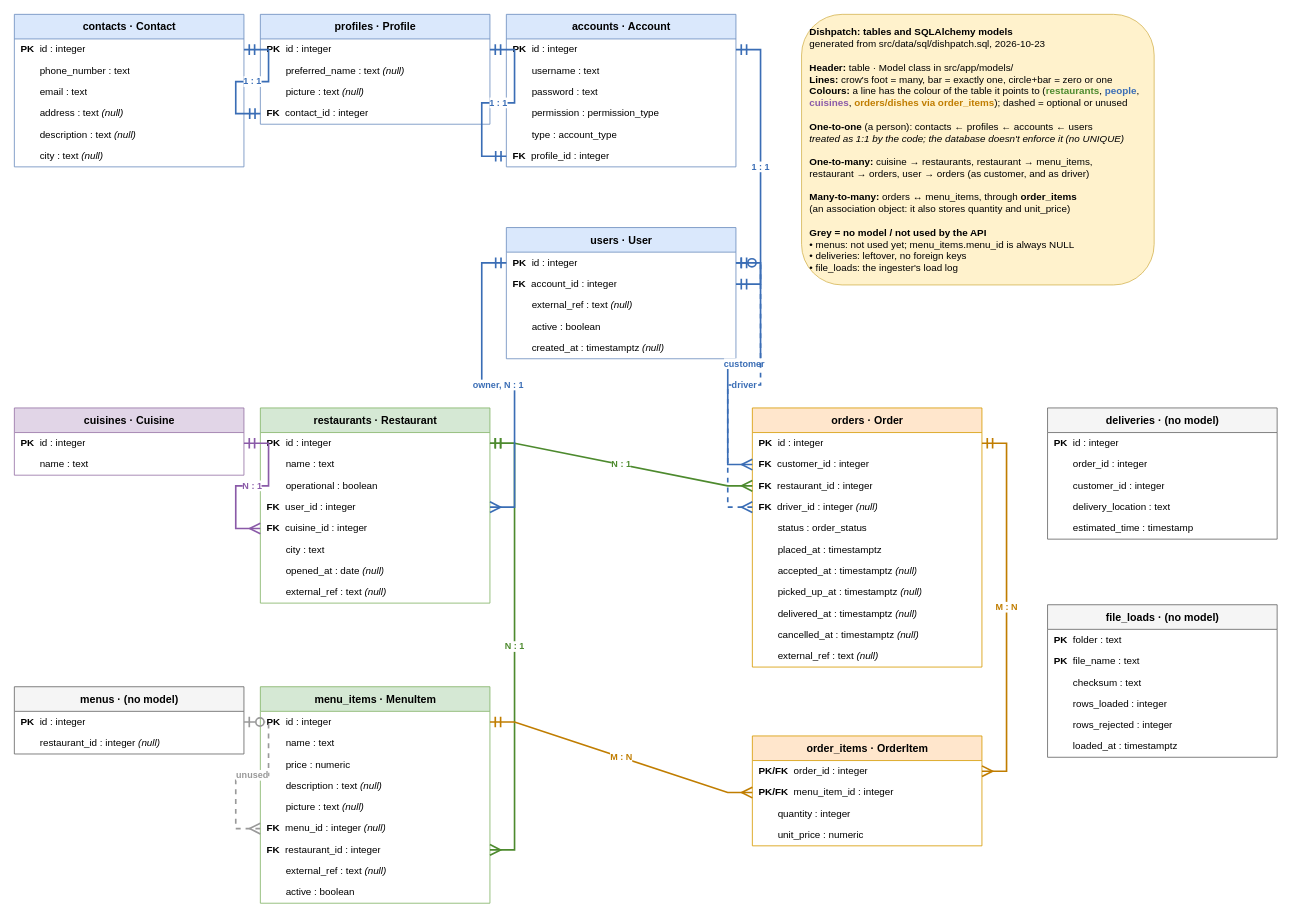
Before: docs/dishpatch_erd.drawio in sheela-codes/dishpatch_service, a draw.io diagram. Source tidied: cells renumbered, new cells numbered last; positions are measured from the earlier drawing's top-left corner, leaving out a move shared by most shapes. Both pictures are drawn from the tidied source at 82%, with x=0, y=0 at pixel (14, 14).
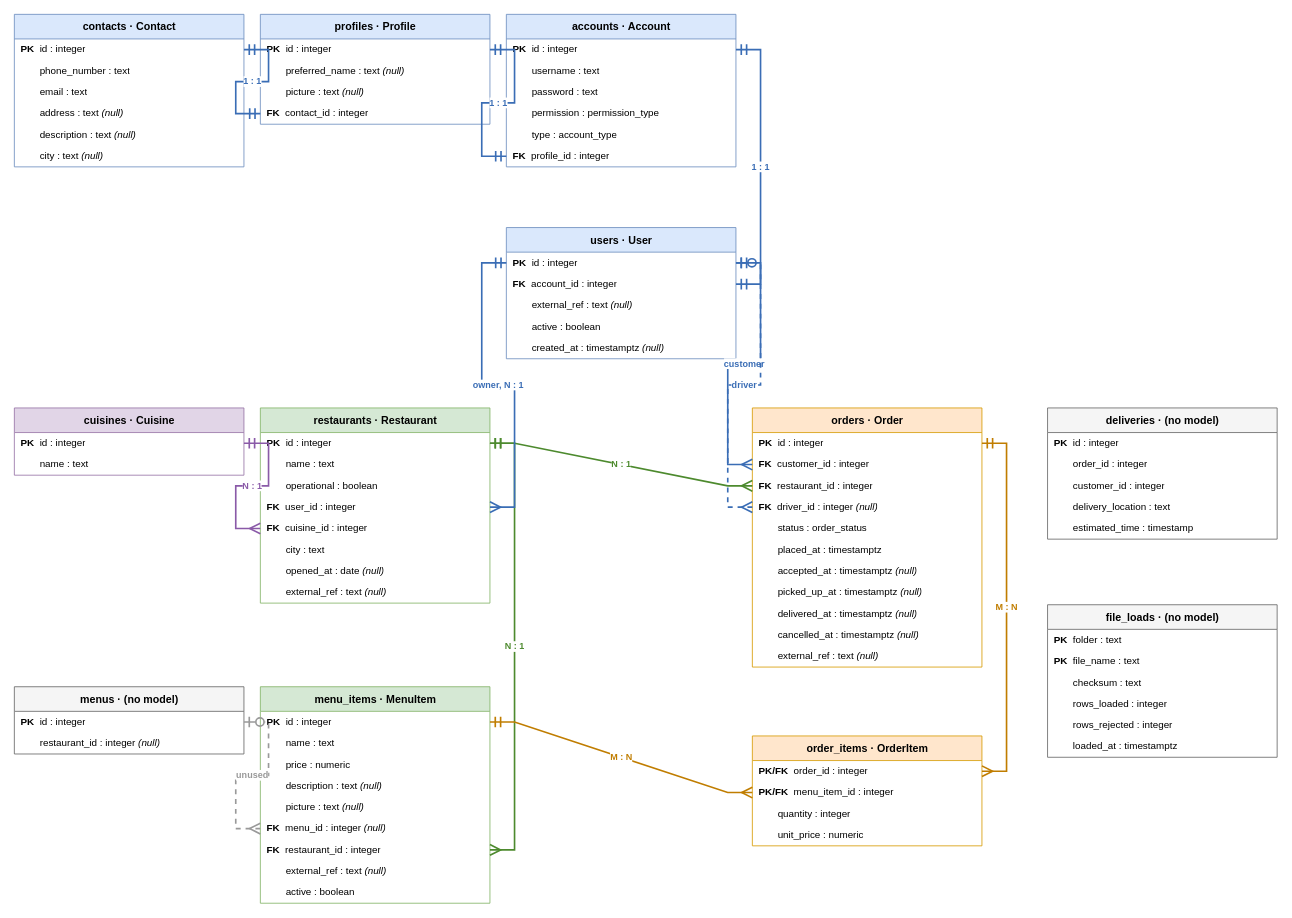
Above is the later version.

Commit message (it also covers changes not shown here):
Add indexes on orders.customer_id and orders.restaurant_id

Change to the diagram source:
```diff
@@
-<mxGraphModel>
+<mxGraphModel background="light-dark(#ffffff, #121212)">
@@
-    <mxCell id="94" value="&lt;b&gt;Dishpatch: tables and SQLAlchemy models&lt;/b&gt;&lt;br&gt;generated from src/data/sql/dishpatch.sql, 2026-10-23&lt;br&gt;&lt;br&gt;&lt;b&gt;Header:&lt;/b&gt; table · Model class in src/app/models/&lt;br&gt;&lt;b&gt;Lines:&lt;/b&gt; crow's foot = many, bar = exactly one, circle+bar = zero or one&lt;br&gt;&lt;b&gt;Colours:&lt;/b&gt; a line has the colour of the table it points to (&lt;font color='#4d8a2e'&gt;&lt;b&gt;restaurants&lt;/b&gt;&lt;/font&gt;, &lt;font color='#3a6db5'&gt;&lt;b&gt;people&lt;/b&gt;&lt;/font&gt;, &lt;font color='#8a5aa8'&gt;&lt;b&gt;cuisines&lt;/b&gt;&lt;/font&gt;, &lt;font color='#c07d00'&gt;&lt;b&gt;orders/dishes via order_items&lt;/b&gt;&lt;/font&gt;); dashed = optional or unused&lt;br&gt;&lt;br&gt;&lt;b&gt;One-to-one&lt;/b&gt; (a person): contacts ← profiles ← accounts ← users&lt;br&gt;&lt;i&gt;treated as 1:1 by the code; the database doesn't enforce it (no UNIQUE)&lt;/i&gt;&lt;br&gt;&lt;br&gt;&lt;b&gt;One-to-many:&lt;/b&gt; cuisine → restaurants, restaurant → menu_items,&lt;br&gt;restaurant → orders, user → orders (as customer, and as driver)&lt;br&gt;&lt;br&gt;&lt;b&gt;Many-to-many:&lt;/b&gt; orders ↔ menu_items, through &lt;b&gt;order_items&lt;/b&gt;&lt;br&gt;(an association object: it also stores quantity and unit_price)&lt;br&gt;&lt;br&gt;&lt;b&gt;Grey = no model / not used by the API&lt;/b&gt;&lt;br&gt;• menus: not used yet; menu_items.menu_id is always NULL&lt;br&gt;• deliveries: leftover, no foreign keys&lt;br&gt;• file_loads: the ingester's load log" style="rounded=1;whiteSpace=wrap;html=1;align=left;verticalAlign=top;spacing=10;fillColor=#fff2cc;strokeColor=#d6b656;fontSize=12;" parent="1" vertex="1">
-      <mxGeometry x="960" width="430" height="330" as="geometry" />
-    </mxCell>
```
